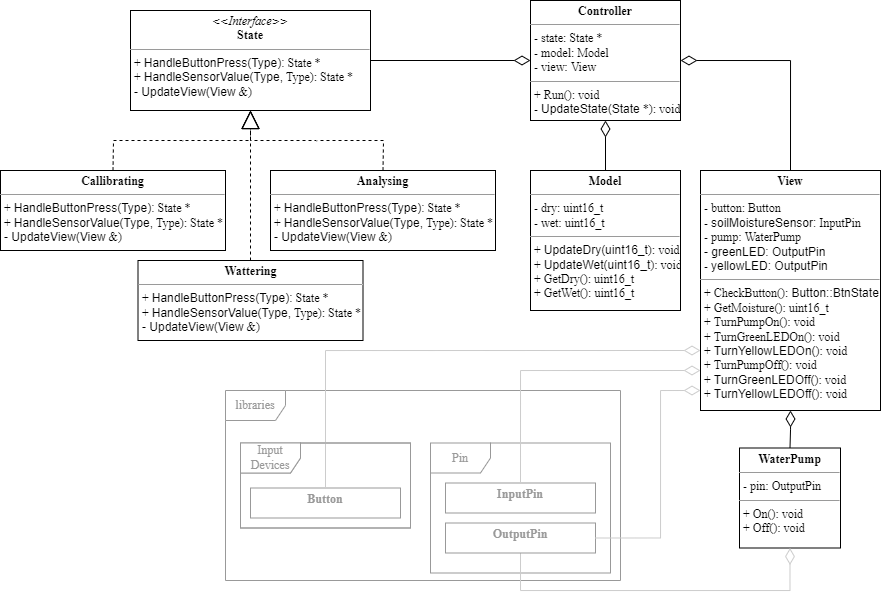
This is WateringSystem/media/ClassModel.png from jozef17/Arduino-projects, a draw.io export, as it was before one commit. Source tidied: cells renumbered, new cells last; positions are measured from the earlier drawing's top-left corner, leaving out a move shared by most shapes.
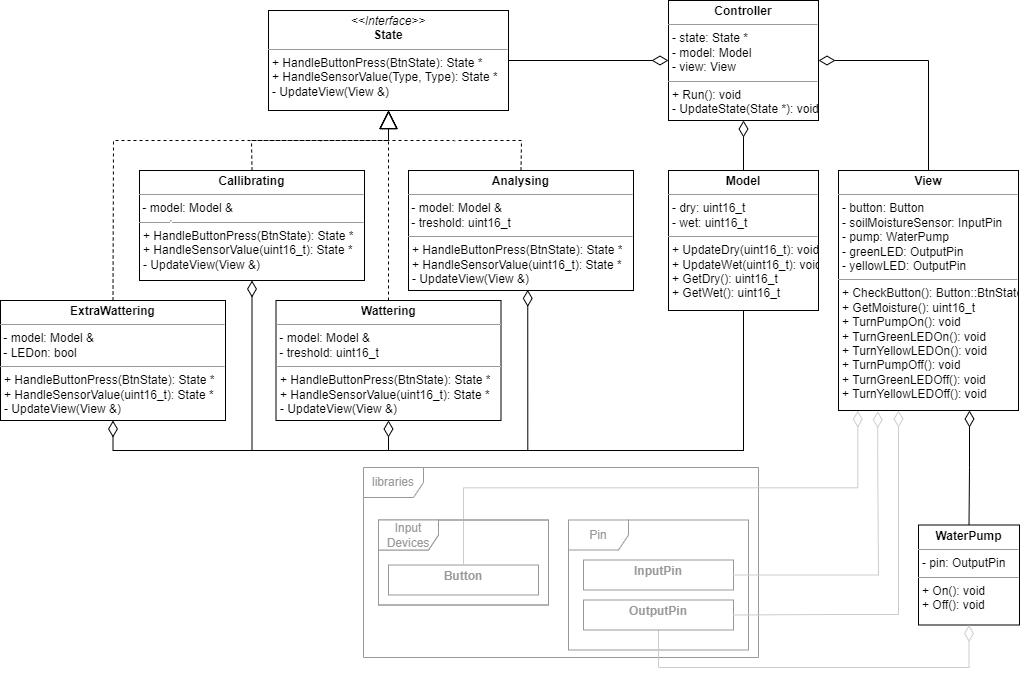
The same diagram one commit later.

What changed in the source:
```diff
@@ -2,7 +2,7 @@
   <root>
     <mxCell id="0" />
     <mxCell id="1" parent="0" />
-    <mxCell id="2" value="&lt;p style=&quot;margin:0px;margin-top:4px;text-align:center;&quot;&gt;&lt;i&gt;&amp;lt;&amp;lt;Interface&amp;gt;&amp;gt;&lt;/i&gt;&lt;br&gt;&lt;b&gt;State&lt;/b&gt;&lt;/p&gt;&lt;hr size=&quot;1&quot;&gt;&lt;p style=&quot;margin:0px;margin-left:4px;&quot;&gt;&lt;/p&gt;&lt;p style=&quot;margin:0px;margin-left:4px;&quot;&gt;+ HandleButtonPress(Type): State *&lt;br&gt;+ HandleSensorValue(Type, Type): State *&lt;/p&gt;&lt;p style=&quot;margin:0px;margin-left:4px;&quot;&gt;-&amp;nbsp;UpdateView(View &amp;amp;)&lt;/p&gt;" style="verticalAlign=top;align=left;overflow=fill;fontSize=12;fontFamily=Helvetica;html=1;rounded=0;shadow=0;comic=0;labelBackgroundColor=none;strokeWidth=1;" parent="1" vertex="1">
+    <mxCell id="2" value="&lt;p style=&quot;margin:0px;margin-top:4px;text-align:center;&quot;&gt;&lt;i&gt;&amp;lt;&amp;lt;Interface&amp;gt;&amp;gt;&lt;/i&gt;&lt;br&gt;&lt;b&gt;State&lt;/b&gt;&lt;/p&gt;&lt;hr size=&quot;1&quot;&gt;&lt;p style=&quot;margin:0px;margin-left:4px;&quot;&gt;&lt;/p&gt;&lt;p style=&quot;margin:0px;margin-left:4px;&quot;&gt;+ HandleButtonPress(BtnState): State *&lt;br&gt;+ HandleSensorValue(Type, Type): State *&lt;/p&gt;&lt;p style=&quot;margin:0px;margin-left:4px;&quot;&gt;-&amp;nbsp;UpdateView(View &amp;amp;)&lt;/p&gt;" style="verticalAlign=top;align=left;overflow=fill;fontSize=12;fontFamily=Helvetica;html=1;rounded=0;shadow=0;comic=0;labelBackgroundColor=none;strokeWidth=1;" parent="1" vertex="1">
       <mxGeometry x="130" y="10" width="240" height="100" as="geometry" />
     </mxCell>
     <mxCell id="3" value="&lt;p style=&quot;margin:0px;margin-top:4px;text-align:center;&quot;&gt;&lt;b&gt;Controller&lt;/b&gt;&lt;/p&gt;&lt;hr size=&quot;1&quot;&gt;&lt;p style=&quot;margin:0px;margin-left:4px;&quot;&gt;- state: State *&lt;br&gt;- model: Model&lt;/p&gt;&lt;p style=&quot;margin:0px;margin-left:4px;&quot;&gt;- view: View&lt;/p&gt;&lt;hr size=&quot;1&quot;&gt;&lt;p style=&quot;margin:0px;margin-left:4px;&quot;&gt;+ Run(&lt;span style=&quot;background-color: initial;&quot;&gt;): void&lt;/span&gt;&lt;/p&gt;&lt;p style=&quot;margin:0px;margin-left:4px;&quot;&gt;- UpdateState(State *): void&lt;/p&gt;" style="verticalAlign=top;align=left;overflow=fill;fontSize=12;fontFamily=Helvetica;html=1;rounded=0;shadow=0;comic=0;labelBackgroundColor=none;strokeWidth=1;" parent="1" vertex="1">
@@ -17,11 +17,11 @@
     <mxCell id="6" value="&lt;p style=&quot;margin:0px;margin-top:4px;text-align:center;&quot;&gt;&lt;b&gt;Model&lt;/b&gt;&lt;/p&gt;&lt;hr size=&quot;1&quot;&gt;&lt;p style=&quot;margin:0px;margin-left:4px;&quot;&gt;- dry: uint16_t&lt;br&gt;- wet: uint16_t&lt;/p&gt;&lt;hr size=&quot;1&quot;&gt;&lt;p style=&quot;margin:0px;margin-left:4px;&quot;&gt;+ UpdateDry(uint16_t&lt;span style=&quot;background-color: initial;&quot;&gt;): void&lt;/span&gt;&lt;/p&gt;&lt;p style=&quot;margin:0px;margin-left:4px;&quot;&gt;+ UpdateWet(uint16_t&lt;span style=&quot;background-color: initial;&quot;&gt;): void&lt;/span&gt;&lt;br&gt;&lt;/p&gt;&lt;p style=&quot;margin:0px;margin-left:4px;&quot;&gt;&lt;span style=&quot;background-color: initial;&quot;&gt;+ GetDry(): uint16_t&lt;/span&gt;&lt;/p&gt;&lt;p style=&quot;margin:0px;margin-left:4px;&quot;&gt;&lt;span style=&quot;background-color: initial;&quot;&gt;+ GetWet(): uint16_t&lt;/span&gt;&lt;/p&gt;" style="verticalAlign=top;align=left;overflow=fill;fontSize=12;fontFamily=Helvetica;html=1;rounded=0;shadow=0;comic=0;labelBackgroundColor=none;strokeWidth=1;" parent="1" vertex="1">
       <mxGeometry x="530" y="170" width="150" height="140" as="geometry" />
     </mxCell>
-    <mxCell id="7" value="&lt;p style=&quot;margin:0px;margin-top:4px;text-align:center;&quot;&gt;&lt;b&gt;Wattering&lt;/b&gt;&lt;br&gt;&lt;/p&gt;&lt;hr size=&quot;1&quot;&gt;&lt;p style=&quot;margin:0px;margin-left:4px;&quot;&gt;&lt;/p&gt;&lt;p style=&quot;margin:0px;margin-left:4px;&quot;&gt;+ HandleButtonPress(Type): State *&lt;br&gt;+ HandleSensorValue(Type, Type): State *&lt;/p&gt;&lt;p style=&quot;margin:0px;margin-left:4px;&quot;&gt;-&amp;nbsp;UpdateView(View &amp;amp;)&lt;/p&gt;" style="verticalAlign=top;align=left;overflow=fill;fontSize=12;fontFamily=Helvetica;html=1;rounded=0;shadow=0;comic=0;labelBackgroundColor=none;strokeWidth=1;" parent="1" vertex="1">
-      <mxGeometry x="137.5" y="260" width="225" height="80" as="geometry" />
+    <mxCell id="7" value="&lt;p style=&quot;margin:0px;margin-top:4px;text-align:center;&quot;&gt;&lt;b&gt;Wattering&lt;/b&gt;&lt;br&gt;&lt;/p&gt;&lt;hr size=&quot;1&quot;&gt;&lt;p style=&quot;margin:0px;margin-left:4px;&quot;&gt;&lt;/p&gt;&lt;p style=&quot;margin: 4px 0px 0px;&quot;&gt;&amp;nbsp;-&lt;span style=&quot;background-color: initial;&quot;&gt;&amp;nbsp;model: Model &amp;amp;&lt;br&gt;&lt;/span&gt;&amp;nbsp;- treshold: uint16_t&lt;span style=&quot;background-color: initial;&quot;&gt;&lt;br&gt;&lt;/span&gt;&lt;/p&gt;&lt;hr size=&quot;1&quot;&gt;&lt;p style=&quot;margin: 0px 0px 0px 4px;&quot;&gt;&lt;/p&gt;&lt;p style=&quot;margin:0px;margin-left:4px;&quot;&gt;&lt;span style=&quot;background-color: initial;&quot;&gt;+&lt;/span&gt;&amp;nbsp;HandleButtonPress(BtnState): State *&lt;br&gt;+ HandleSensorValue(uint16_t): State *&lt;/p&gt;&lt;p style=&quot;margin:0px;margin-left:4px;&quot;&gt;-&amp;nbsp;UpdateView(View &amp;amp;)&lt;/p&gt;" style="verticalAlign=top;align=left;overflow=fill;fontSize=12;fontFamily=Helvetica;html=1;rounded=0;shadow=0;comic=0;labelBackgroundColor=none;strokeWidth=1;" parent="1" vertex="1">
+      <mxGeometry x="137.5" y="300" width="225" height="120" as="geometry" />
     </mxCell>
-    <mxCell id="8" value="&lt;p style=&quot;margin:0px;margin-top:4px;text-align:center;&quot;&gt;&lt;b&gt;Callibrating&lt;/b&gt;&lt;br&gt;&lt;/p&gt;&lt;hr size=&quot;1&quot;&gt;&lt;p style=&quot;margin:0px;margin-left:4px;&quot;&gt;&lt;/p&gt;&lt;p style=&quot;margin:0px;margin-left:4px;&quot;&gt;+ HandleButtonPress(Type): State *&lt;br&gt;+ HandleSensorValue(Type, Type): State *&lt;/p&gt;&lt;p style=&quot;margin:0px;margin-left:4px;&quot;&gt;-&amp;nbsp;UpdateView(View &amp;amp;)&lt;/p&gt;" style="verticalAlign=top;align=left;overflow=fill;fontSize=12;fontFamily=Helvetica;html=1;rounded=0;shadow=0;comic=0;labelBackgroundColor=none;strokeWidth=1;" parent="1" vertex="1">
-      <mxGeometry y="170" width="225" height="80" as="geometry" />
+    <mxCell id="8" value="&lt;p style=&quot;margin:0px;margin-top:4px;text-align:center;&quot;&gt;&lt;b&gt;Callibrating&lt;/b&gt;&lt;br&gt;&lt;/p&gt;&lt;hr size=&quot;1&quot;&gt;&lt;p style=&quot;margin:0px;margin-left:4px;&quot;&gt;&lt;/p&gt;&lt;p style=&quot;margin: 4px 0px 0px;&quot;&gt;&amp;nbsp;-&lt;span style=&quot;background-color: initial;&quot;&gt;&amp;nbsp;model: Model &amp;amp;&lt;/span&gt;&lt;/p&gt;&lt;hr size=&quot;1&quot;&gt;&lt;p style=&quot;margin: 0px 0px 0px 4px;&quot;&gt;&lt;/p&gt;&lt;p style=&quot;margin:0px;margin-left:4px;&quot;&gt;&lt;span style=&quot;background-color: initial;&quot;&gt;+&lt;/span&gt;&amp;nbsp;HandleButtonPress(BtnState): State *&lt;br&gt;+ HandleSensorValue(uint16_t): State *&lt;/p&gt;&lt;p style=&quot;margin:0px;margin-left:4px;&quot;&gt;-&amp;nbsp;UpdateView(View &amp;amp;)&lt;/p&gt;" style="verticalAlign=top;align=left;overflow=fill;fontSize=12;fontFamily=Helvetica;html=1;rounded=0;shadow=0;comic=0;labelBackgroundColor=none;strokeWidth=1;" parent="1" vertex="1">
+      <mxGeometry x="1" y="170" width="225" height="110" as="geometry" />
     </mxCell>
     <mxCell id="9" value="&lt;hr&gt;" style="endArrow=block;endSize=16;endFill=0;html=1;rounded=0;entryX=0.5;entryY=1;entryDx=0;entryDy=0;exitX=0.5;exitY=0;exitDx=0;exitDy=0;dashed=1;" parent="1" edge="1" source="8" target="2">
       <mxGeometry relative="1" as="geometry">
@@ -49,58 +49,62 @@
       <mxGeometry x="-0.45" y="50" relative="1" as="geometry" />
     </mxCell>
     <mxCell id="13" value="&lt;p style=&quot;margin:0px;margin-top:4px;text-align:center;&quot;&gt;&lt;b&gt;WaterPump&lt;/b&gt;&lt;br&gt;&lt;/p&gt;&lt;hr size=&quot;1&quot;&gt;&lt;p style=&quot;margin:0px;margin-left:4px;&quot;&gt;- pin: OutputPin&lt;br&gt;&lt;/p&gt;&lt;hr size=&quot;1&quot;&gt;&lt;p style=&quot;margin:0px;margin-left:4px;&quot;&gt;+ On(&lt;span style=&quot;background-color: initial;&quot;&gt;): void&lt;/span&gt;&lt;/p&gt;&lt;p style=&quot;margin:0px;margin-left:4px;&quot;&gt;+ Off(&lt;span style=&quot;background-color: initial;&quot;&gt;): void&lt;/span&gt;&lt;/p&gt;" style="verticalAlign=top;align=left;overflow=fill;fontSize=12;fontFamily=Helvetica;html=1;rounded=0;shadow=0;comic=0;labelBackgroundColor=none;strokeWidth=1;" parent="1" vertex="1">
-      <mxGeometry x="739" y="447.5" width="101" height="100" as="geometry" />
+      <mxGeometry x="780" y="524.5" width="101" height="100" as="geometry" />
     </mxCell>
     <mxCell id="14" value="libraries" style="shape=umlFrame;whiteSpace=wrap;html=1;strokeColor=#999999;fontColor=#999999;" parent="1" vertex="1">
-      <mxGeometry x="225" y="390" width="395" height="190" as="geometry" />
+      <mxGeometry x="225" y="467" width="395" height="190" as="geometry" />
     </mxCell>
     <mxCell id="15" value="Pin" style="shape=umlFrame;whiteSpace=wrap;html=1;strokeColor=#999999;fontColor=#999999;" parent="1" vertex="1">
-      <mxGeometry x="430" y="442.5" width="180" height="130" as="geometry" />
+      <mxGeometry x="430" y="519.5" width="180" height="130" as="geometry" />
     </mxCell>
     <mxCell id="16" value="Input Devices" style="shape=umlFrame;whiteSpace=wrap;html=1;strokeColor=#999999;fontColor=#999999;" parent="1" vertex="1">
-      <mxGeometry x="240" y="442.5" width="170" height="85" as="geometry" />
+      <mxGeometry x="240" y="519.5" width="170" height="85" as="geometry" />
     </mxCell>
     <mxCell id="17" value="&lt;p style=&quot;margin:0px;margin-top:4px;text-align:center;&quot;&gt;&lt;b&gt;Button&lt;/b&gt;&lt;/p&gt;&lt;p style=&quot;margin:0px;margin-top:4px;text-align:center;&quot;&gt;&lt;b&gt;&lt;br&gt;&lt;/b&gt;&lt;/p&gt;" style="verticalAlign=top;align=left;overflow=fill;fontSize=12;fontFamily=Helvetica;html=1;rounded=0;shadow=0;comic=0;labelBackgroundColor=none;strokeWidth=1;strokeColor=#999999;fontColor=#999999;" parent="1" vertex="1">
-      <mxGeometry x="250" y="487.5" width="150" height="30" as="geometry" />
+      <mxGeometry x="250" y="564.5" width="150" height="30" as="geometry" />
     </mxCell>
     <mxCell id="18" style="endArrow=none;html=1;endSize=12;startArrow=diamondThin;startSize=14;startFill=0;edgeStyle=orthogonalEdgeStyle;align=left;verticalAlign=bottom;rounded=0;endFill=0;exitX=0.5;exitY=1;exitDx=0;exitDy=0;entryX=0.5;entryY=1;entryDx=0;entryDy=0;fontColor=#B3B3B3;strokeColor=#CCCCCC;" parent="1" edge="1" source="13" target="20">
       <mxGeometry x="-1" y="-32" relative="1" as="geometry">
         <Array as="points">
-          <mxPoint x="790" y="590" />
-          <mxPoint x="520" y="590" />
+          <mxPoint x="831" y="667" />
+          <mxPoint x="520" y="667" />
         </Array>
         <mxPoint x="30" y="22" as="offset" />
       </mxGeometry>
     </mxCell>
     <mxCell id="19" value="&lt;p style=&quot;margin:0px;margin-top:4px;text-align:center;&quot;&gt;&lt;b&gt;InputPin&lt;/b&gt;&lt;/p&gt;&lt;p style=&quot;margin:0px;margin-left:4px;&quot;&gt;&lt;br&gt;&lt;/p&gt;" style="verticalAlign=top;align=left;overflow=fill;fontSize=12;fontFamily=Helvetica;html=1;rounded=0;shadow=0;comic=0;labelBackgroundColor=none;strokeWidth=1;strokeColor=#999999;fontColor=#999999;" parent="1" vertex="1">
-      <mxGeometry x="445" y="482.5" width="150" height="30" as="geometry" />
+      <mxGeometry x="445" y="559.5" width="150" height="30" as="geometry" />
     </mxCell>
     <mxCell id="20" value="&lt;p style=&quot;margin:0px;margin-top:4px;text-align:center;&quot;&gt;&lt;b&gt;OutputPin&lt;/b&gt;&lt;br&gt;&lt;/p&gt;&lt;p style=&quot;margin:0px;margin-left:4px;&quot;&gt;&lt;br&gt;&lt;/p&gt;" style="verticalAlign=top;align=left;overflow=fill;fontSize=12;fontFamily=Helvetica;html=1;rounded=0;shadow=0;comic=0;labelBackgroundColor=none;strokeWidth=1;strokeColor=#999999;fontColor=#999999;" parent="1" vertex="1">
-      <mxGeometry x="445" y="522.5" width="150" height="30" as="geometry" />
+      <mxGeometry x="445" y="599.5" width="150" height="30" as="geometry" />
     </mxCell>
-    <mxCell id="21" style="endArrow=none;html=1;endSize=12;startArrow=diamondThin;startSize=14;startFill=0;edgeStyle=orthogonalEdgeStyle;align=left;verticalAlign=bottom;rounded=0;endFill=0;exitX=0.5;exitY=1;exitDx=0;exitDy=0;entryX=0.5;entryY=0;entryDx=0;entryDy=0;" parent="1" edge="1" source="5" target="13">
+    <mxCell id="21" style="endArrow=none;html=1;endSize=12;startArrow=diamondThin;startSize=14;startFill=0;edgeStyle=orthogonalEdgeStyle;align=left;verticalAlign=bottom;rounded=0;endFill=0;exitX=0.5;exitY=1;exitDx=0;exitDy=0;entryX=0.5;entryY=0;entryDx=0;entryDy=0;" parent="1" edge="1" target="13">
       <mxGeometry x="-1" y="-32" relative="1" as="geometry">
+        <mxPoint x="831" y="410" as="sourcePoint" />
         <mxPoint x="30" y="22" as="offset" />
       </mxGeometry>
     </mxCell>
-    <mxCell id="22" style="endArrow=none;html=1;endSize=12;startArrow=diamondThin;startSize=14;startFill=0;edgeStyle=orthogonalEdgeStyle;align=left;verticalAlign=bottom;rounded=0;endFill=0;exitX=0;exitY=0.75;exitDx=0;exitDy=0;entryX=0.5;entryY=0;entryDx=0;entryDy=0;fontColor=#B3B3B3;strokeColor=#CCCCCC;" parent="1" edge="1" source="5" target="17">
+    <mxCell id="22" style="endArrow=none;html=1;endSize=12;startArrow=diamondThin;startSize=14;startFill=0;edgeStyle=orthogonalEdgeStyle;align=left;verticalAlign=bottom;rounded=0;endFill=0;exitX=0.107;exitY=1.001;exitDx=0;exitDy=0;entryX=0.5;entryY=0;entryDx=0;entryDy=0;fontColor=#B3B3B3;strokeColor=#CCCCCC;exitPerimeter=0;" parent="1" edge="1" source="5" target="17">
       <mxGeometry x="-1" y="-32" relative="1" as="geometry">
         <mxPoint x="30" y="22" as="offset" />
       </mxGeometry>
     </mxCell>
-    <mxCell id="23" style="endArrow=none;html=1;endSize=12;startArrow=diamondThin;startSize=14;startFill=0;edgeStyle=orthogonalEdgeStyle;align=left;verticalAlign=bottom;rounded=0;endFill=0;entryX=0.5;entryY=0;entryDx=0;entryDy=0;fontColor=#B3B3B3;strokeColor=#CCCCCC;" parent="1" edge="1" target="19">
+    <mxCell id="23" style="endArrow=none;html=1;endSize=12;startArrow=diamondThin;startSize=14;startFill=0;edgeStyle=orthogonalEdgeStyle;align=left;verticalAlign=bottom;rounded=0;endFill=0;entryX=1;entryY=0.5;entryDx=0;entryDy=0;fontColor=#B3B3B3;strokeColor=#CCCCCC;exitX=0.218;exitY=1.003;exitDx=0;exitDy=0;exitPerimeter=0;" parent="1" edge="1" source="5" target="19">
       <mxGeometry x="-1" y="-32" relative="1" as="geometry">
-        <mxPoint x="700" y="370" as="sourcePoint" />
+        <Array as="points">
+          <mxPoint x="739" y="460" />
+          <mxPoint x="740" y="460" />
+          <mxPoint x="740" y="574" />
+        </Array>
         <mxPoint x="30" y="22" as="offset" />
       </mxGeometry>
     </mxCell>
     <mxCell id="24" style="endArrow=none;html=1;endSize=12;startArrow=diamondThin;startSize=14;startFill=0;edgeStyle=orthogonalEdgeStyle;align=left;verticalAlign=bottom;rounded=0;endFill=0;entryX=1;entryY=0.5;entryDx=0;entryDy=0;fontColor=#B3B3B3;strokeColor=#CCCCCC;" parent="1" edge="1" target="20">
       <mxGeometry x="-1" y="-32" relative="1" as="geometry">
-        <mxPoint x="700" y="390" as="sourcePoint" />
+        <mxPoint x="760" y="410" as="sourcePoint" />
         <Array as="points">
-          <mxPoint x="700" y="390" />
-          <mxPoint x="660" y="390" />
-          <mxPoint x="660" y="537" />
+          <mxPoint x="760" y="614" />
+          <mxPoint x="692" y="614" />
         </Array>
         <mxPoint x="30" y="22" as="offset" />
       </mxGeometry>
@@ -110,11 +114,54 @@
         <mxPoint x="250" y="110" as="targetPoint" />
       </mxGeometry>
     </mxCell>
-    <mxCell id="26" value="&lt;p style=&quot;margin:0px;margin-top:4px;text-align:center;&quot;&gt;&lt;b&gt;Analysing&lt;/b&gt;&lt;/p&gt;&lt;hr size=&quot;1&quot;&gt;&lt;p style=&quot;margin:0px;margin-left:4px;&quot;&gt;&lt;/p&gt;&lt;p style=&quot;margin:0px;margin-left:4px;&quot;&gt;+ HandleButtonPress(Type): State *&lt;br&gt;+ HandleSensorValue(Type, Type): State *&lt;/p&gt;&lt;p style=&quot;margin:0px;margin-left:4px;&quot;&gt;-&amp;nbsp;UpdateView(View &amp;amp;)&lt;/p&gt;" style="verticalAlign=top;align=left;overflow=fill;fontSize=12;fontFamily=Helvetica;html=1;rounded=0;shadow=0;comic=0;labelBackgroundColor=none;strokeWidth=1;" parent="1" vertex="1">
-      <mxGeometry x="270" y="170" width="225" height="80" as="geometry" />
+    <mxCell id="26" value="&lt;p style=&quot;margin:0px;margin-top:4px;text-align:center;&quot;&gt;&lt;b&gt;Analysing&lt;/b&gt;&lt;/p&gt;&lt;hr size=&quot;1&quot;&gt;&lt;p style=&quot;margin:0px;margin-left:4px;&quot;&gt;&lt;/p&gt;&lt;p style=&quot;margin: 4px 0px 0px;&quot;&gt;&amp;nbsp;-&lt;span style=&quot;background-color: initial;&quot;&gt;&amp;nbsp;model: Model &amp;amp;&lt;br&gt;&amp;nbsp;- treshold: uint16_t&lt;/span&gt;&lt;/p&gt;&lt;hr size=&quot;1&quot;&gt;&lt;p style=&quot;margin: 0px 0px 0px 4px;&quot;&gt;&lt;/p&gt;&lt;p style=&quot;margin:0px;margin-left:4px;&quot;&gt;&lt;span style=&quot;background-color: initial;&quot;&gt;+&lt;/span&gt;&amp;nbsp;HandleButtonPress(BtnState): State *&lt;br&gt;+ HandleSensorValue(uint16_t): State *&lt;/p&gt;&lt;p style=&quot;margin:0px;margin-left:4px;&quot;&gt;-&amp;nbsp;UpdateView(View &amp;amp;)&lt;/p&gt;" style="verticalAlign=top;align=left;overflow=fill;fontSize=12;fontFamily=Helvetica;html=1;rounded=0;shadow=0;comic=0;labelBackgroundColor=none;strokeWidth=1;" parent="1" vertex="1">
+      <mxGeometry x="270" y="170" width="225" height="120" as="geometry" />
     </mxCell>
     <mxCell id="27" value="Input Devices" style="shape=umlFrame;whiteSpace=wrap;html=1;strokeColor=#999999;fontColor=#999999;" parent="1" vertex="1">
-      <mxGeometry x="240" y="442.5" width="170" height="85" as="geometry" />
+      <mxGeometry x="240" y="519.5" width="170" height="85" as="geometry" />
     </mxCell>
+    <mxCell id="28" value="&lt;p style=&quot;margin:0px;margin-top:4px;text-align:center;&quot;&gt;&lt;b&gt;ExtraWattering&lt;/b&gt;&lt;br&gt;&lt;/p&gt;&lt;hr size=&quot;1&quot;&gt;&lt;p style=&quot;margin:0px;margin-left:4px;&quot;&gt;&lt;/p&gt;&lt;p style=&quot;margin: 4px 0px 0px;&quot;&gt;&amp;nbsp;&lt;span style=&quot;background-color: initial;&quot;&gt;- model: Model &amp;amp;&lt;br&gt;&lt;/span&gt;&lt;span style=&quot;background-color: initial;&quot;&gt;&amp;nbsp;- LEDon: bool&lt;/span&gt;&lt;/p&gt;&lt;hr size=&quot;1&quot;&gt;&lt;p style=&quot;margin: 0px 0px 0px 4px;&quot;&gt;&lt;/p&gt;&lt;p style=&quot;margin: 0px 0px 0px 4px;&quot;&gt;&lt;span style=&quot;background-color: initial;&quot;&gt;+ HandleButtonPress(BtnState): State *&lt;/span&gt;&lt;br&gt;&lt;/p&gt;&lt;p style=&quot;margin:0px;margin-left:4px;&quot;&gt;+ HandleSensorValue(uint16_t): State *&lt;/p&gt;&lt;p style=&quot;margin:0px;margin-left:4px;&quot;&gt;-&amp;nbsp;UpdateView(View &amp;amp;)&lt;/p&gt;" style="verticalAlign=top;align=left;overflow=fill;fontSize=12;fontFamily=Helvetica;html=1;rounded=0;shadow=0;comic=0;labelBackgroundColor=none;strokeWidth=1;" parent="1" vertex="1">
+      <mxGeometry x="-138" y="300" width="225" height="120" as="geometry" />
+    </mxCell>
+    <mxCell id="29" value="&lt;hr&gt;" style="endArrow=block;endSize=16;endFill=0;html=1;rounded=0;exitX=0.5;exitY=0;exitDx=0;exitDy=0;dashed=1;entryX=0.5;entryY=1;entryDx=0;entryDy=0;" parent="1" edge="1" source="28" target="2">
+      <mxGeometry x="-0.07" y="-80" relative="1" as="geometry">
+        <Array as="points">
+          <mxPoint x="-25" y="140" />
+          <mxPoint x="250" y="140" />
+        </Array>
+      </mxGeometry>
+    </mxCell>
+    <mxCell id="30" style="endArrow=none;html=1;endSize=12;startArrow=diamondThin;startSize=14;startFill=0;edgeStyle=orthogonalEdgeStyle;align=left;verticalAlign=bottom;rounded=0;exitX=0.5;exitY=1;exitDx=0;exitDy=0;entryX=0.5;entryY=1;entryDx=0;entryDy=0;endFill=0;" parent="1" edge="1" source="7" target="6">
+      <mxGeometry x="-1" y="3" relative="1" as="geometry">
+        <Array as="points">
+          <mxPoint x="250" y="450" />
+          <mxPoint x="605" y="450" />
+        </Array>
+      </mxGeometry>
+    </mxCell>
+    <mxCell id="31" style="endArrow=none;html=1;endSize=12;startArrow=diamondThin;startSize=14;startFill=0;edgeStyle=orthogonalEdgeStyle;align=left;verticalAlign=bottom;rounded=0;exitX=0.5;exitY=1;exitDx=0;exitDy=0;entryX=0.5;entryY=1;entryDx=0;entryDy=0;endFill=0;" parent="1" edge="1" source="28" target="6">
+      <mxGeometry x="-1" y="3" relative="1" as="geometry">
+        <Array as="points">
+          <mxPoint x="-25" y="450" />
+          <mxPoint x="605" y="450" />
+        </Array>
+      </mxGeometry>
+    </mxCell>
+    <mxCell id="32" style="endArrow=none;html=1;endSize=12;startArrow=diamondThin;startSize=14;startFill=0;edgeStyle=orthogonalEdgeStyle;align=left;verticalAlign=bottom;rounded=0;exitX=0.5;exitY=1;exitDx=0;exitDy=0;entryX=0.5;entryY=1;entryDx=0;entryDy=0;endFill=0;" parent="1" edge="1" source="8" target="6">
+      <mxGeometry x="-1" y="3" relative="1" as="geometry">
+        <Array as="points">
+          <mxPoint x="114" y="450" />
+          <mxPoint x="605" y="450" />
+        </Array>
+      </mxGeometry>
+    </mxCell>
+    <mxCell id="33" style="endArrow=none;html=1;endSize=12;startArrow=diamondThin;startSize=14;startFill=0;edgeStyle=orthogonalEdgeStyle;align=left;verticalAlign=bottom;rounded=0;exitX=0.53;exitY=0.995;exitDx=0;exitDy=0;entryX=0.5;entryY=1;entryDx=0;entryDy=0;endFill=0;exitPerimeter=0;" parent="1" edge="1" source="26" target="6">
+      <mxGeometry x="-1" y="3" relative="1" as="geometry">
+        <Array as="points">
+          <mxPoint x="389" y="450" />
+          <mxPoint x="605" y="450" />
+        </Array>
+      </mxGeometry>
+    </mxCell>
   </root>
 </mxGraphModel>
```
